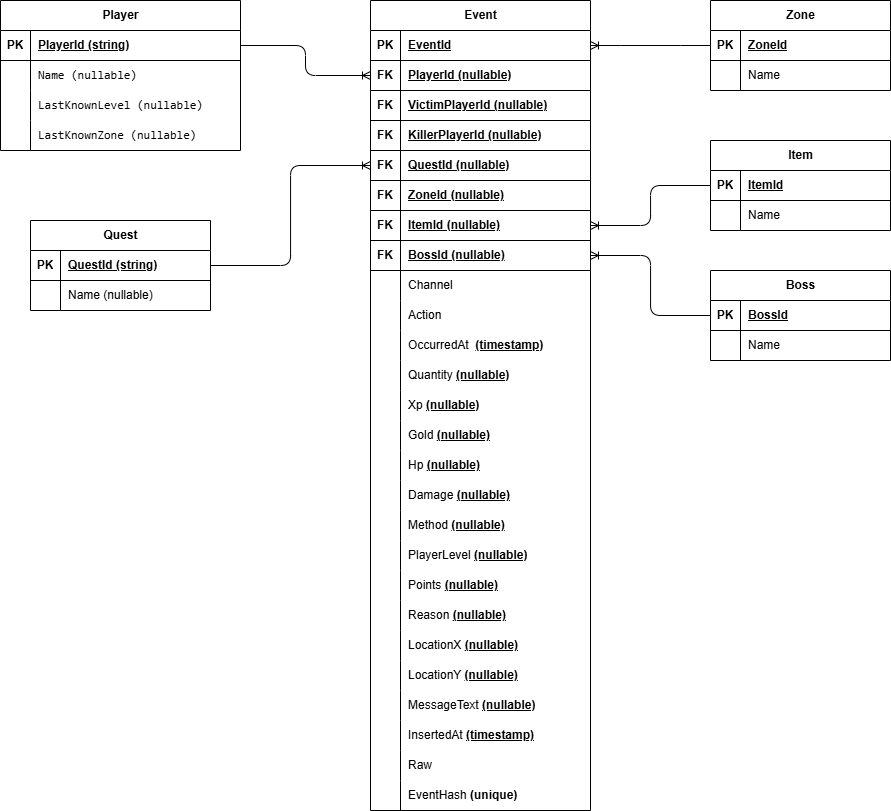
The draw.io diagram Docs/Database/battlequest_diagram.png in RickyAlm/BattleQuest-TTZ, before a commit. Source tidied: cells renumbered, new cells last; positions are measured from the earlier drawing's top-left corner, leaving out a move shared by most shapes.
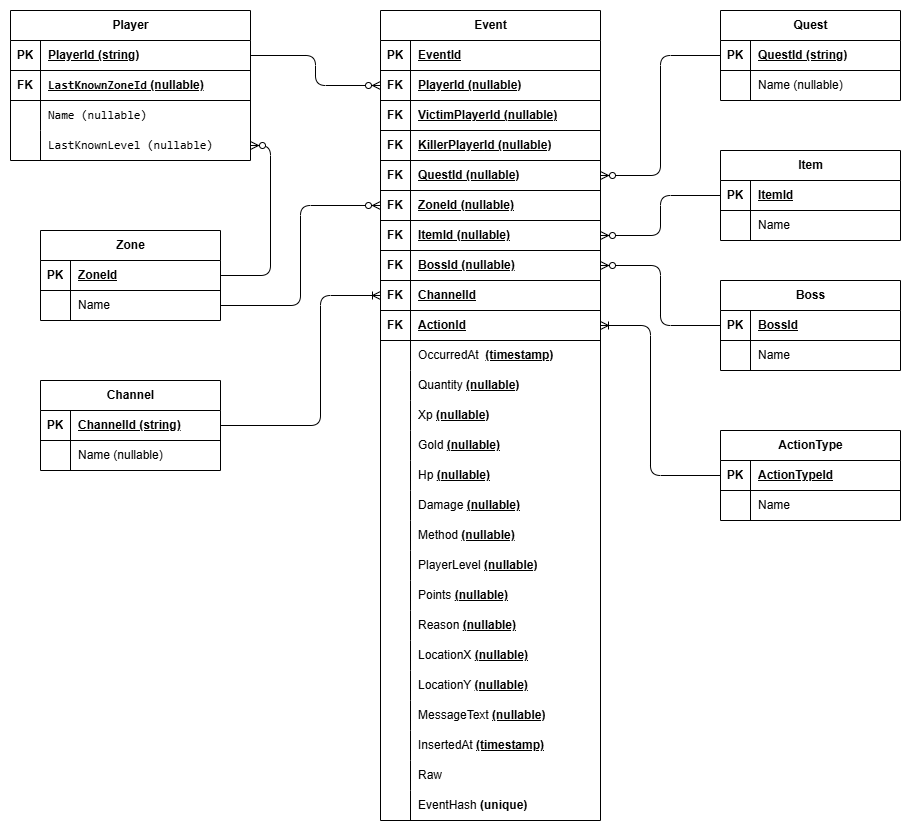
The same file after the commit.

Change to the diagram source:
```diff
@@ -14,13 +14,13 @@
     <mxCell id="5" value="PlayerId (string)" style="shape=partialRectangle;fillColor=none;top=0;left=0;bottom=0;right=0;align=left;spacingLeft=6;fontStyle=5;overflow=hidden;whiteSpace=wrap;html=1;" parent="3" vertex="1">
       <mxGeometry x="30" width="210" height="30" as="geometry" />
     </mxCell>
-    <mxCell id="6" style="shape=tableRow;horizontal=0;startSize=0;swimlaneHead=0;swimlaneBody=0;fillColor=none;top=0;left=0;right=0;bottom=0;" parent="2" vertex="1">
+    <mxCell id="6" style="shape=tableRow;horizontal=0;startSize=0;swimlaneHead=0;swimlaneBody=0;fillColor=none;top=0;left=0;right=0;bottom=1;" parent="2" vertex="1">
       <mxGeometry y="60" width="240" height="30" as="geometry" />
     </mxCell>
-    <mxCell id="7" style="shape=partialRectangle;fillColor=none;top=0;left=0;bottom=0;right=0;overflow=hidden;whiteSpace=wrap;html=1;" parent="6" vertex="1">
+    <mxCell id="7" value="FK" style="shape=partialRectangle;fillColor=none;top=0;left=0;bottom=0;right=0;fontStyle=1;overflow=hidden;whiteSpace=wrap;html=1;" parent="6" vertex="1">
       <mxGeometry width="30" height="30" as="geometry" />
     </mxCell>
-    <mxCell id="8" value="&lt;code&gt;Name (nullable)&lt;/code&gt;" style="shape=partialRectangle;fillColor=none;top=0;left=0;bottom=0;right=0;align=left;spacingLeft=6;overflow=hidden;whiteSpace=wrap;html=1;" parent="6" vertex="1">
+    <mxCell id="8" value="&lt;span style=&quot;font-family: monospace;&quot;&gt;LastKnownZoneId&lt;/span&gt;&amp;nbsp;(nullable)" style="shape=partialRectangle;fillColor=none;top=0;left=0;bottom=0;right=0;align=left;spacingLeft=6;fontStyle=5;overflow=hidden;whiteSpace=wrap;html=1;" parent="6" vertex="1">
       <mxGeometry x="30" width="210" height="30" as="geometry" />
     </mxCell>
     <mxCell id="9" style="shape=tableRow;horizontal=0;startSize=0;swimlaneHead=0;swimlaneBody=0;fillColor=none;top=0;left=0;right=0;bottom=0;" parent="2" vertex="1">
@@ -29,7 +29,7 @@
     <mxCell id="10" style="shape=partialRectangle;fillColor=none;top=0;left=0;bottom=0;right=0;overflow=hidden;whiteSpace=wrap;html=1;" parent="9" vertex="1">
       <mxGeometry width="30" height="30" as="geometry" />
     </mxCell>
-    <mxCell id="11" value="&lt;code&gt;LastKnownLevel (nullable)&lt;/code&gt;" style="shape=partialRectangle;fillColor=none;top=0;left=0;bottom=0;right=0;align=left;spacingLeft=6;overflow=hidden;whiteSpace=wrap;html=1;" parent="9" vertex="1">
+    <mxCell id="11" value="&lt;code&gt;Name (nullable)&lt;/code&gt;" style="shape=partialRectangle;fillColor=none;top=0;left=0;bottom=0;right=0;align=left;spacingLeft=6;overflow=hidden;whiteSpace=wrap;html=1;" parent="9" vertex="1">
       <mxGeometry x="30" width="210" height="30" as="geometry" />
     </mxCell>
     <mxCell id="12" style="shape=tableRow;horizontal=0;startSize=0;swimlaneHead=0;swimlaneBody=0;fillColor=none;points=[[0,0.5],[1,0.5]];portConstraint=eastwest;top=0;left=0;right=0;bottom=0;" parent="2" vertex="1">
@@ -38,11 +38,11 @@
     <mxCell id="13" style="shape=partialRectangle;fillColor=none;top=0;left=0;bottom=0;right=0;overflow=hidden;whiteSpace=wrap;html=1;" parent="12" vertex="1">
       <mxGeometry width="30" height="30" as="geometry" />
     </mxCell>
-    <mxCell id="14" value="&lt;code&gt;LastKnownZone (nullable)&lt;/code&gt;" style="shape=partialRectangle;fillColor=none;top=0;left=0;bottom=0;right=0;align=left;spacingLeft=6;overflow=hidden;whiteSpace=wrap;html=1;" parent="12" vertex="1">
+    <mxCell id="14" value="&lt;code&gt;LastKnownLevel (nullable)&lt;/code&gt;" style="shape=partialRectangle;fillColor=none;top=0;left=0;bottom=0;right=0;align=left;spacingLeft=6;overflow=hidden;whiteSpace=wrap;html=1;" parent="12" vertex="1">
       <mxGeometry x="30" width="210" height="30" as="geometry" />
     </mxCell>
     <mxCell id="15" value="Quest" style="shape=table;startSize=30;rowLines=0;fontStyle=1;align=center;html=1;" parent="1" vertex="1">
-      <mxGeometry x="30" y="220" width="180" height="90" as="geometry" />
+      <mxGeometry x="710" width="180" height="90" as="geometry" />
     </mxCell>
     <mxCell id="16" style="shape=tableRow;horizontal=0;startSize=0;swimlaneHead=0;swimlaneBody=0;fillColor=none;points=[[0,0.5],[1,0.5]];portConstraint=eastwest;top=0;left=0;right=0;bottom=1;" parent="15" vertex="1">
       <mxGeometry y="30" width="180" height="30" as="geometry" />
@@ -63,7 +63,7 @@
       <mxGeometry x="30" width="150" height="30" as="geometry" />
     </mxCell>
     <mxCell id="22" value="Zone" style="shape=table;startSize=30;rowLines=0;fontStyle=1;align=center;html=1;" parent="1" vertex="1">
-      <mxGeometry x="710" width="180" height="90" as="geometry" />
+      <mxGeometry x="30" y="220" width="180" height="90" as="geometry" />
     </mxCell>
     <mxCell id="23" style="shape=tableRow;horizontal=0;startSize=0;swimlaneHead=0;swimlaneBody=0;fillColor=none;points=[[0,0.5],[1,0.5]];portConstraint=eastwest;top=0;left=0;right=0;bottom=1;" parent="22" vertex="1">
       <mxGeometry y="30" width="180" height="30" as="geometry" />
@@ -179,22 +179,22 @@
     <mxCell id="60" value="BossId (nullable)" style="shape=partialRectangle;fillColor=none;top=0;left=0;bottom=0;right=0;align=left;spacingLeft=6;fontStyle=5;overflow=hidden;whiteSpace=wrap;html=1;" parent="58" vertex="1">
       <mxGeometry x="30" width="190" height="30" as="geometry" />
     </mxCell>
-    <mxCell id="61" style="shape=tableRow;horizontal=0;startSize=0;swimlaneHead=0;swimlaneBody=0;fillColor=none;points=[[0,0.5],[1,0.5]];portConstraint=eastwest;top=0;left=0;right=0;bottom=0;" parent="36" vertex="1">
+    <mxCell id="61" style="shape=tableRow;horizontal=0;startSize=0;swimlaneHead=0;swimlaneBody=0;fillColor=none;points=[[0,0.5],[1,0.5]];portConstraint=eastwest;top=0;left=0;right=0;bottom=1;" parent="36" vertex="1">
       <mxGeometry y="270" width="220" height="30" as="geometry" />
     </mxCell>
-    <mxCell id="62" style="shape=partialRectangle;fillColor=none;top=0;left=0;bottom=0;right=0;overflow=hidden;whiteSpace=wrap;html=1;" parent="61" vertex="1">
+    <mxCell id="62" value="FK" style="shape=partialRectangle;fillColor=none;top=0;left=0;bottom=0;right=0;fontStyle=1;overflow=hidden;whiteSpace=wrap;html=1;" parent="61" vertex="1">
       <mxGeometry width="30" height="30" as="geometry" />
     </mxCell>
-    <mxCell id="63" value="Channel" style="shape=partialRectangle;fillColor=none;top=0;left=0;bottom=0;right=0;align=left;spacingLeft=6;overflow=hidden;whiteSpace=wrap;html=1;" parent="61" vertex="1">
+    <mxCell id="63" value="ChannelId" style="shape=partialRectangle;fillColor=none;top=0;left=0;bottom=0;right=0;align=left;spacingLeft=6;fontStyle=5;overflow=hidden;whiteSpace=wrap;html=1;" parent="61" vertex="1">
       <mxGeometry x="30" width="190" height="30" as="geometry" />
     </mxCell>
-    <mxCell id="64" style="shape=tableRow;horizontal=0;startSize=0;swimlaneHead=0;swimlaneBody=0;fillColor=none;points=[[0,0.5],[1,0.5]];portConstraint=eastwest;top=0;left=0;right=0;bottom=0;" parent="36" vertex="1">
+    <mxCell id="64" style="shape=tableRow;horizontal=0;startSize=0;swimlaneHead=0;swimlaneBody=0;fillColor=none;points=[[0,0.5],[1,0.5]];portConstraint=eastwest;top=0;left=0;right=0;bottom=1;" parent="36" vertex="1">
       <mxGeometry y="300" width="220" height="30" as="geometry" />
     </mxCell>
-    <mxCell id="65" style="shape=partialRectangle;fillColor=none;top=0;left=0;bottom=0;right=0;overflow=hidden;whiteSpace=wrap;html=1;" parent="64" vertex="1">
+    <mxCell id="65" value="FK" style="shape=partialRectangle;fillColor=none;top=0;left=0;bottom=0;right=0;fontStyle=1;overflow=hidden;whiteSpace=wrap;html=1;" parent="64" vertex="1">
       <mxGeometry width="30" height="30" as="geometry" />
     </mxCell>
-    <mxCell id="66" value="Action" style="shape=partialRectangle;fillColor=none;top=0;left=0;bottom=0;right=0;align=left;spacingLeft=6;overflow=hidden;whiteSpace=wrap;html=1;" parent="64" vertex="1">
+    <mxCell id="66" value="ActionId" style="shape=partialRectangle;fillColor=none;top=0;left=0;bottom=0;right=0;align=left;spacingLeft=6;fontStyle=5;overflow=hidden;whiteSpace=wrap;html=1;" parent="64" vertex="1">
       <mxGeometry x="30" width="190" height="30" as="geometry" />
     </mxCell>
     <mxCell id="67" style="shape=tableRow;horizontal=0;startSize=0;swimlaneHead=0;swimlaneBody=0;fillColor=none;top=0;left=0;right=0;bottom=0;" parent="36" vertex="1">
@@ -362,20 +362,91 @@
     <mxCell id="121" value="Name" style="shape=partialRectangle;fillColor=none;top=0;left=0;bottom=0;right=0;align=left;spacingLeft=6;overflow=hidden;whiteSpace=wrap;html=1;" parent="119" vertex="1">
       <mxGeometry x="30" width="150" height="30" as="geometry" />
     </mxCell>
-    <mxCell id="122" style="edgeStyle=orthogonalEdgeStyle;fontSize=12;html=1;endArrow=ERoneToMany;rounded=1;exitX=1;exitY=0.5;exitDx=0;exitDy=0;entryX=0;entryY=0.5;entryDx=0;entryDy=0;" parent="1" edge="1" source="3" target="40">
-      <mxGeometry relative="1" as="geometry" />
+    <mxCell id="122" value="Channel" style="shape=table;startSize=30;rowLines=0;fontStyle=1;align=center;html=1;" parent="1" vertex="1">
+      <mxGeometry x="30" y="370" width="180" height="90" as="geometry" />
     </mxCell>
-    <mxCell id="123" style="edgeStyle=orthogonalEdgeStyle;fontSize=12;html=1;endArrow=ERoneToMany;rounded=1;exitX=1;exitY=0.5;exitDx=0;exitDy=0;entryX=0;entryY=0.5;entryDx=0;entryDy=0;" parent="1" edge="1" source="16" target="49">
-      <mxGeometry relative="1" as="geometry" />
+    <mxCell id="123" style="shape=tableRow;horizontal=0;startSize=0;swimlaneHead=0;swimlaneBody=0;fillColor=none;points=[[0,0.5],[1,0.5]];portConstraint=eastwest;top=0;left=0;right=0;bottom=1;" parent="122" vertex="1">
+      <mxGeometry y="30" width="180" height="30" as="geometry" />
     </mxCell>
-    <mxCell id="124" style="edgeStyle=entityRelationEdgeStyle;fontSize=12;html=1;endArrow=ERoneToMany;rounded=0;exitX=0;exitY=0.5;exitDx=0;exitDy=0;entryX=1;entryY=0.5;entryDx=0;entryDy=0;" parent="1" edge="1" source="23" target="37">
-      <mxGeometry relative="1" as="geometry" />
+    <mxCell id="124" value="PK" style="shape=partialRectangle;fillColor=none;top=0;left=0;bottom=0;right=0;fontStyle=1;overflow=hidden;whiteSpace=wrap;html=1;" parent="123" vertex="1">
+      <mxGeometry width="30" height="30" as="geometry" />
     </mxCell>
-    <mxCell id="125" style="edgeStyle=orthogonalEdgeStyle;fontSize=12;html=1;endArrow=ERoneToMany;rounded=1;exitX=0;exitY=0.5;exitDx=0;exitDy=0;entryX=1;entryY=0.5;entryDx=0;entryDy=0;" parent="1" edge="1" source="30" target="55">
-      <mxGeometry relative="1" as="geometry" />
+    <mxCell id="125" value="ChannelId (string)" style="shape=partialRectangle;fillColor=none;top=0;left=0;bottom=0;right=0;align=left;spacingLeft=6;fontStyle=5;overflow=hidden;whiteSpace=wrap;html=1;" parent="123" vertex="1">
+      <mxGeometry x="30" width="150" height="30" as="geometry" />
     </mxCell>
-    <mxCell id="126" style="edgeStyle=orthogonalEdgeStyle;fontSize=12;html=1;endArrow=ERoneToMany;rounded=1;exitX=0;exitY=0.5;exitDx=0;exitDy=0;entryX=1;entryY=0.5;entryDx=0;entryDy=0;" parent="1" edge="1" source="116" target="58">
-      <mxGeometry relative="1" as="geometry" />
+    <mxCell id="126" style="shape=tableRow;horizontal=0;startSize=0;swimlaneHead=0;swimlaneBody=0;fillColor=none;top=0;left=0;right=0;bottom=0;" parent="122" vertex="1">
+      <mxGeometry y="60" width="180" height="30" as="geometry" />
     </mxCell>
+    <mxCell id="127" style="shape=partialRectangle;fillColor=none;top=0;left=0;bottom=0;right=0;overflow=hidden;whiteSpace=wrap;html=1;" parent="126" vertex="1">
+      <mxGeometry width="30" height="30" as="geometry" />
+    </mxCell>
+    <mxCell id="128" value="Name (nullable)" style="shape=partialRectangle;fillColor=none;top=0;left=0;bottom=0;right=0;align=left;spacingLeft=6;overflow=hidden;whiteSpace=wrap;html=1;strokeColor=default;verticalAlign=middle;fontFamily=Helvetica;fontSize=12;fontColor=default;" parent="126" vertex="1">
+      <mxGeometry x="30" width="150" height="30" as="geometry" />
+    </mxCell>
+    <mxCell id="129" value="ActionType" style="shape=table;startSize=30;rowLines=0;fontStyle=1;align=center;html=1;" parent="1" vertex="1">
+      <mxGeometry x="710" y="420" width="180" height="90" as="geometry" />
+    </mxCell>
+    <mxCell id="130" style="shape=tableRow;horizontal=0;startSize=0;swimlaneHead=0;swimlaneBody=0;fillColor=none;points=[[0,0.5],[1,0.5]];portConstraint=eastwest;top=0;left=0;right=0;bottom=1;" parent="129" vertex="1">
+      <mxGeometry y="30" width="180" height="30" as="geometry" />
+    </mxCell>
+    <mxCell id="131" value="PK" style="shape=partialRectangle;fillColor=none;top=0;left=0;bottom=0;right=0;fontStyle=1;overflow=hidden;whiteSpace=wrap;html=1;" parent="130" vertex="1">
+      <mxGeometry width="30" height="30" as="geometry" />
+    </mxCell>
+    <mxCell id="132" value="ActionTypeId" style="shape=partialRectangle;fillColor=none;top=0;left=0;bottom=0;right=0;align=left;spacingLeft=6;fontStyle=5;overflow=hidden;whiteSpace=wrap;html=1;" parent="130" vertex="1">
+      <mxGeometry x="30" width="150" height="30" as="geometry" />
+    </mxCell>
+    <mxCell id="133" style="shape=tableRow;horizontal=0;startSize=0;swimlaneHead=0;swimlaneBody=0;fillColor=none;top=0;left=0;right=0;bottom=0;" parent="129" vertex="1">
+      <mxGeometry y="60" width="180" height="30" as="geometry" />
+    </mxCell>
+    <mxCell id="134" style="shape=partialRectangle;fillColor=none;top=0;left=0;bottom=0;right=0;overflow=hidden;whiteSpace=wrap;html=1;" parent="133" vertex="1">
+      <mxGeometry width="30" height="30" as="geometry" />
+    </mxCell>
+    <mxCell id="135" value="Name" style="shape=partialRectangle;fillColor=none;top=0;left=0;bottom=0;right=0;align=left;spacingLeft=6;overflow=hidden;whiteSpace=wrap;html=1;" parent="133" vertex="1">
+      <mxGeometry x="30" width="150" height="30" as="geometry" />
+    </mxCell>
+    <mxCell id="136" style="edgeStyle=orthogonalEdgeStyle;fontSize=12;html=1;endArrow=ERoneToMany;rounded=1;exitX=0;exitY=0.5;exitDx=0;exitDy=0;entryX=1;entryY=0.5;entryDx=0;entryDy=0;" parent="1" edge="1" source="130" target="64">
+      <mxGeometry relative="1" as="geometry">
+        <Array as="points">
+          <mxPoint x="640" y="465" />
+          <mxPoint x="640" y="315" />
+        </Array>
+      </mxGeometry>
+    </mxCell>
+    <mxCell id="137" style="edgeStyle=orthogonalEdgeStyle;fontSize=12;html=1;endArrow=ERzeroToMany;endFill=1;rounded=1;entryX=1;entryY=0.5;entryDx=0;entryDy=0;exitX=1;exitY=0.5;exitDx=0;exitDy=0;curved=0;" parent="1" edge="1" source="23" target="12">
+      <mxGeometry relative="1" as="geometry">
+        <Array as="points">
+          <mxPoint x="260" y="265" />
+          <mxPoint x="260" y="135" />
+        </Array>
+      </mxGeometry>
+    </mxCell>
+    <mxCell id="138" style="edgeStyle=orthogonalEdgeStyle;fontSize=12;html=1;endArrow=ERzeroToMany;endFill=1;rounded=1;exitX=1;exitY=0.5;exitDx=0;exitDy=0;entryX=0;entryY=0.5;entryDx=0;entryDy=0;strokeColor=default;curved=0;" parent="1" edge="1" source="3" target="40">
+      <mxGeometry relative="1" as="geometry" />
+    </mxCell>
+    <mxCell id="139" style="edgeStyle=orthogonalEdgeStyle;fontSize=12;html=1;endArrow=ERzeroToMany;endFill=1;rounded=1;exitX=1;exitY=0.5;exitDx=0;exitDy=0;entryX=0;entryY=0.5;entryDx=0;entryDy=0;curved=0;" parent="1" edge="1" source="26" target="52">
+      <mxGeometry relative="1" as="geometry">
+        <Array as="points">
+          <mxPoint x="290" y="295" />
+          <mxPoint x="290" y="195" />
+        </Array>
+      </mxGeometry>
+    </mxCell>
+    <mxCell id="140" style="edgeStyle=orthogonalEdgeStyle;fontSize=12;html=1;endArrow=ERzeroToMany;endFill=1;rounded=1;exitX=0;exitY=0.5;exitDx=0;exitDy=0;entryX=1;entryY=0.5;entryDx=0;entryDy=0;" parent="1" edge="1" source="16" target="49">
+      <mxGeometry relative="1" as="geometry" />
+    </mxCell>
+    <mxCell id="141" style="edgeStyle=orthogonalEdgeStyle;fontSize=12;html=1;endArrow=ERzeroToMany;endFill=1;rounded=1;entryX=1;entryY=0.5;entryDx=0;entryDy=0;exitX=0;exitY=0.5;exitDx=0;exitDy=0;" parent="1" edge="1" source="30" target="55">
+      <mxGeometry relative="1" as="geometry" />
+    </mxCell>
+    <mxCell id="142" style="edgeStyle=orthogonalEdgeStyle;fontSize=12;html=1;endArrow=ERzeroToMany;endFill=1;rounded=1;entryX=1;entryY=0.5;entryDx=0;entryDy=0;exitX=0;exitY=0.5;exitDx=0;exitDy=0;" parent="1" edge="1" source="116" target="58">
+      <mxGeometry relative="1" as="geometry" />
+    </mxCell>
+    <mxCell id="143" style="edgeStyle=orthogonalEdgeStyle;fontSize=12;html=1;endArrow=ERoneToMany;rounded=1;exitX=1;exitY=0.5;exitDx=0;exitDy=0;entryX=0;entryY=0.5;entryDx=0;entryDy=0;" parent="1" edge="1" source="123" target="61">
+      <mxGeometry relative="1" as="geometry">
+        <Array as="points">
+          <mxPoint x="310" y="415" />
+          <mxPoint x="310" y="285" />
+        </Array>
+      </mxGeometry>
+    </mxCell>
   </root>
 </mxGraphModel>
```
